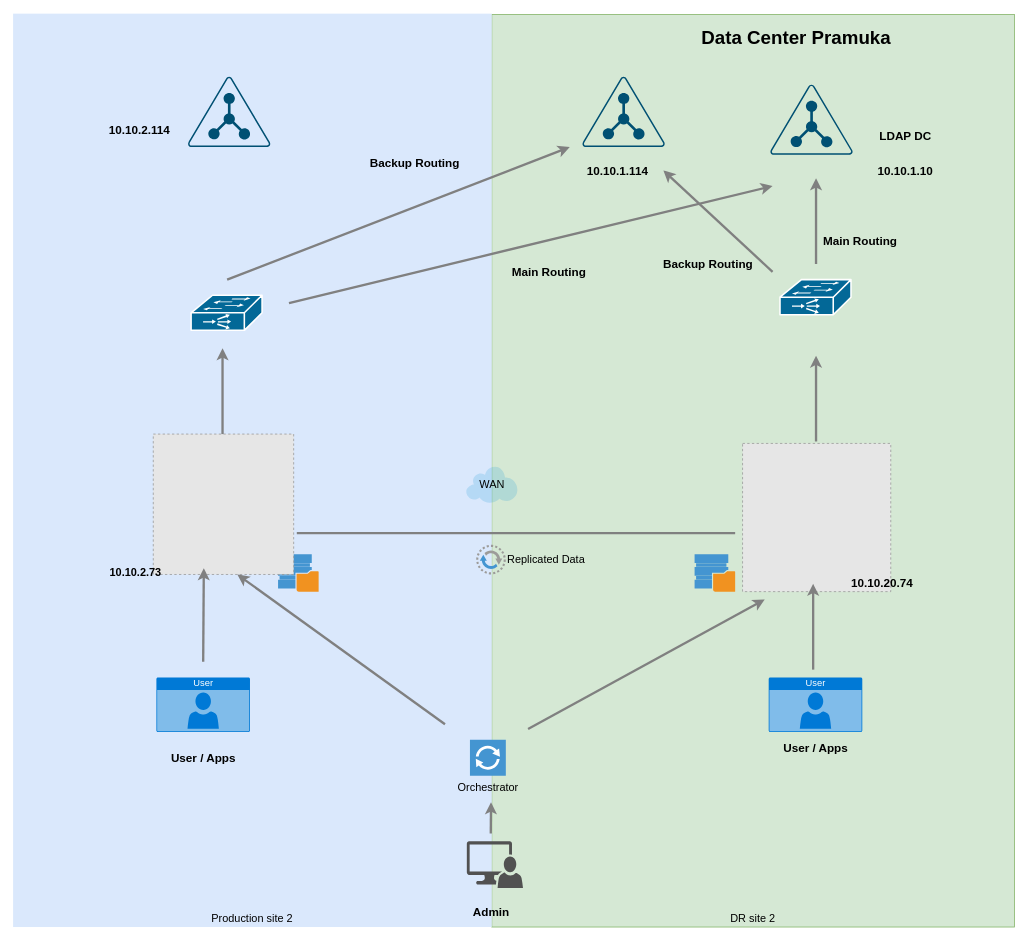
Earlier version of the draw.io diagram page "Page-1" (1 of 3) of Ldap.drawio (wachid-sst/HomeWork). Source tidied: cells renumbered, new cells numbered last; positions are measured from the earlier drawing's top-left corner, leaving out a move shared by most shapes. Both pictures are drawn from the tidied source at 78%, with x=0, y=0 at pixel (12, 13). Pictures stored in the file or linked from it are replaced by grey dashed boxes.
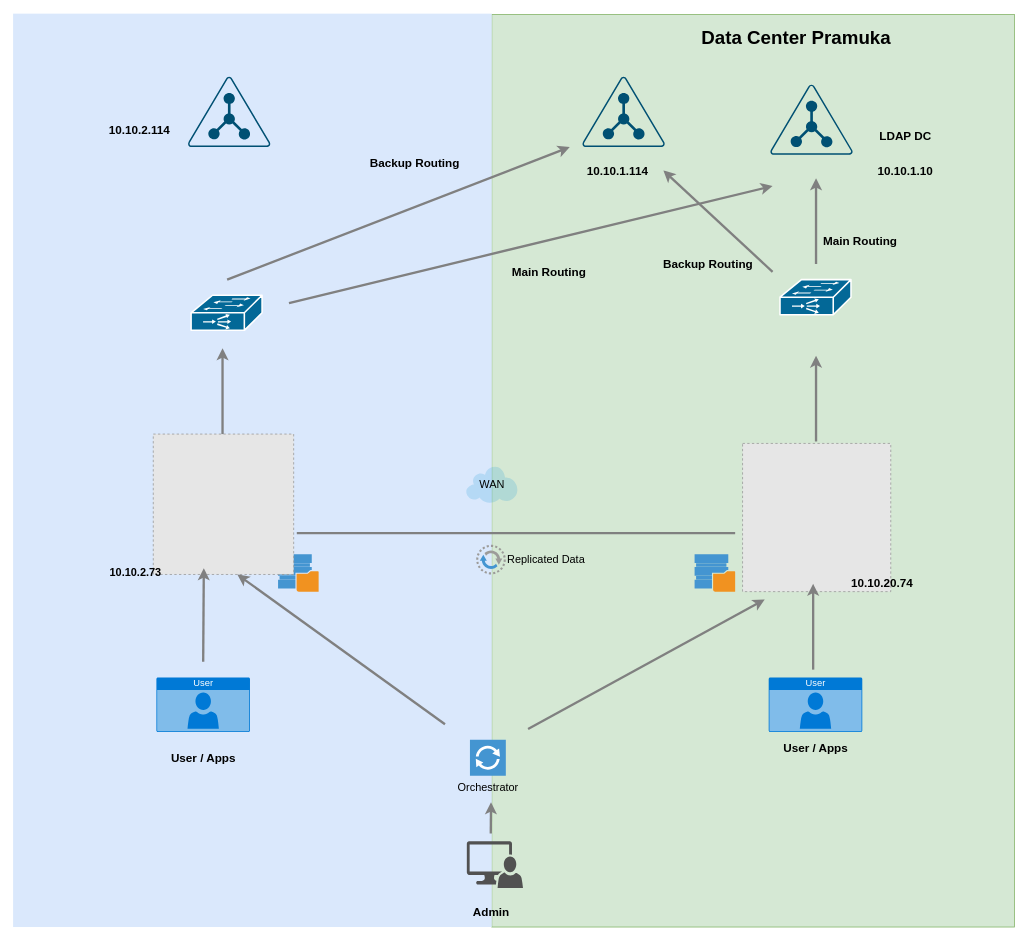
The same page after the edit.

Change to the diagram source:
```diff
@@
-    <mxCell id="2" value="DR site 2" style="whiteSpace=wrap;html=1;fillColor=#d5e8d4;fontSize=14;strokeColor=#82b366;verticalAlign=bottom;" parent="1" vertex="1">
+    <mxCell id="2" style="whiteSpace=wrap;html=1;fillColor=#d5e8d4;fontSize=14;strokeColor=#82b366;verticalAlign=bottom;" parent="1" vertex="1">
       <mxGeometry x="614" y="1" width="670" height="1170" as="geometry" />
     </mxCell>
-    <mxCell id="3" value="Production site 2" style="whiteSpace=wrap;html=1;fillColor=#dae8fc;fontSize=14;strokeColor=none;verticalAlign=bottom;" parent="1" vertex="1">
+    <mxCell id="3" style="whiteSpace=wrap;html=1;fillColor=#dae8fc;fontSize=14;strokeColor=none;verticalAlign=bottom;" parent="1" vertex="1">
       <mxGeometry x="0.3" width="613.7" height="1171" as="geometry" />
     </mxCell>
```
